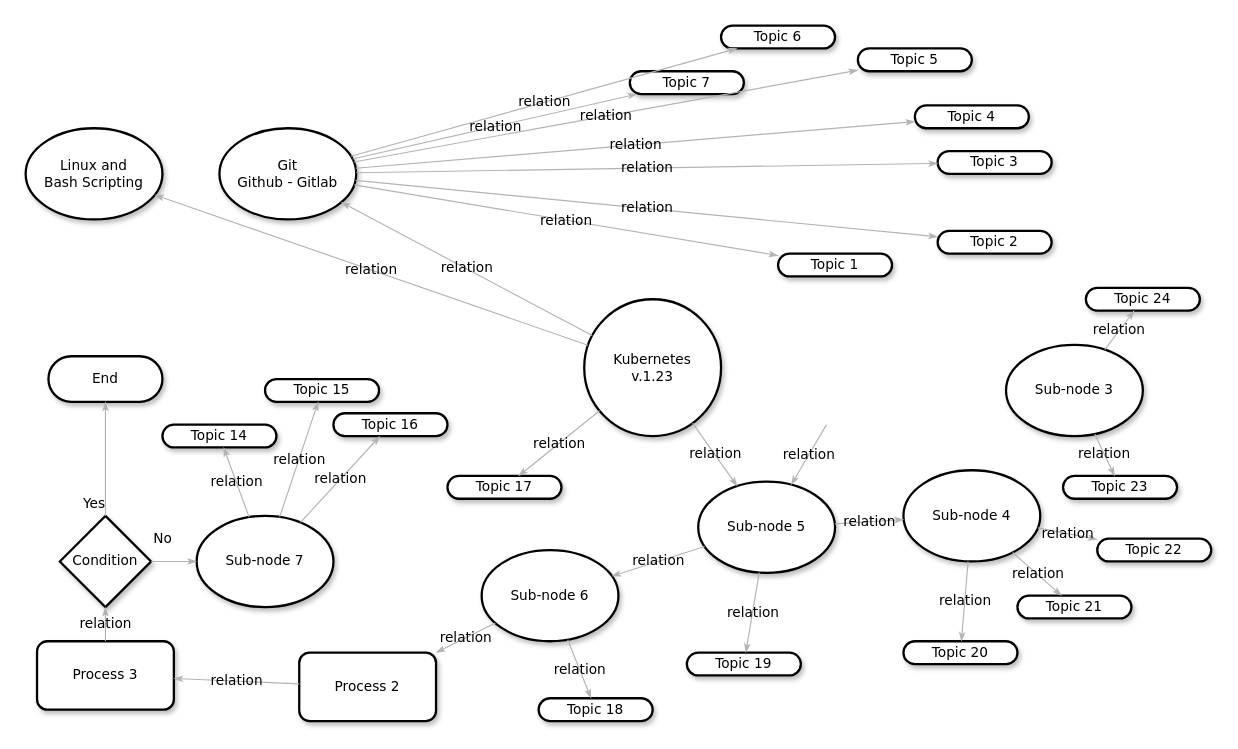
Above: wk01-DevOps-concept/DevOps-bootcamp.drawio in mduenas58/DevOpsTraining (draw.io), before the change. Source tidied: cells renumbered, new cells numbered last; positions are measured from the earlier drawing's top-left corner, leaving out a move shared by most shapes. Both pictures are drawn from the tidied source at 114%, with x=0, y=0 at pixel (25, 25).
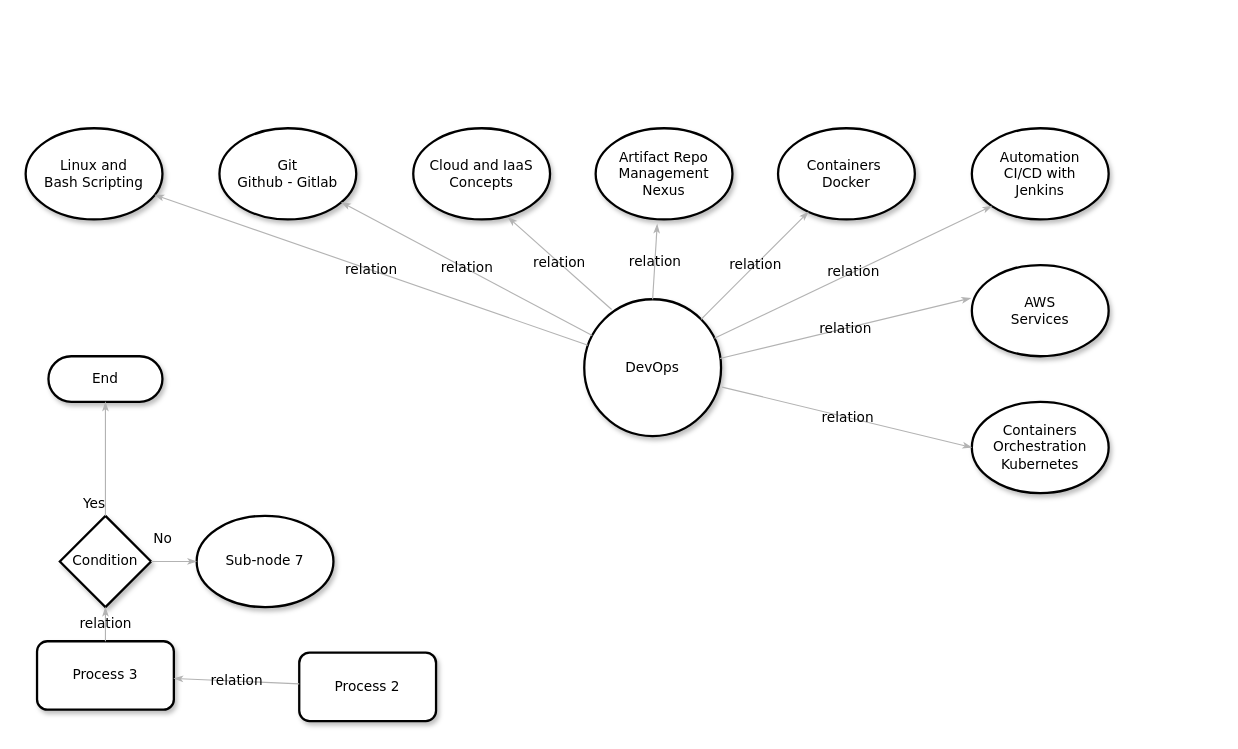
The same page after the edit.

Unchanged cells that the change refers to:
```xml
<mxCell id="3" value="&lt;span&gt;Git&lt;br&gt;Github - Gitlab&lt;br&gt;&lt;/span&gt;" style="ellipse;whiteSpace=wrap;html=1;rounded=1;shadow=1;comic=0;labelBackgroundColor=none;strokeWidth=2;fontFamily=Verdana;fontSize=12;align=center;" parent="1" vertex="1">
  <mxGeometry x="170" y="90" width="120" height="80" as="geometry" />
</mxCell>
<mxCell id="21" value="Process 2" style="rounded=1;whiteSpace=wrap;html=1;shadow=1;comic=0;labelBackgroundColor=none;strokeWidth=2;fontFamily=Verdana;fontSize=12;align=center;" parent="1" vertex="1">
  <mxGeometry x="240" y="550" width="120" height="60" as="geometry" />
</mxCell>
<mxCell id="50" value="&lt;span&gt;Sub-node 7&lt;/span&gt;" style="ellipse;whiteSpace=wrap;html=1;rounded=1;shadow=1;comic=0;labelBackgroundColor=none;strokeWidth=2;fontFamily=Verdana;fontSize=12;align=center;" parent="1" vertex="1">
  <mxGeometry x="150" y="430" width="120" height="80" as="geometry" />
</mxCell>
```

What changed in the source:
```diff
@@
-    <mxCell id="4" value="Kubernetes&lt;br&gt;v.1.23" style="ellipse;whiteSpace=wrap;html=1;rounded=1;shadow=1;comic=0;labelBackgroundColor=none;strokeWidth=2;fontFamily=Verdana;fontSize=12;align=center;" parent="1" vertex="1">
+    <mxCell id="4" value="DevOps" style="ellipse;whiteSpace=wrap;html=1;rounded=1;shadow=1;comic=0;labelBackgroundColor=none;strokeWidth=2;fontFamily=Verdana;fontSize=12;align=center;" parent="1" vertex="1">
       <mxGeometry x="490" y="240" width="120" height="120" as="geometry" />
     </mxCell>
-    <mxCell id="5" value="&lt;span&gt;Sub-node 5&lt;/span&gt;" style="ellipse;whiteSpace=wrap;html=1;rounded=1;shadow=1;comic=0;labelBackgroundColor=none;strokeWidth=2;fontFamily=Verdana;fontSize=12;align=center;" parent="1" vertex="1">
-      <mxGeometry x="590" y="400" width="120" height="80" as="geometry" />
+    <mxCell id="5" value="&lt;span&gt;Containers&amp;nbsp;&lt;br&gt;Docker&lt;br&gt;&lt;/span&gt;" style="ellipse;whiteSpace=wrap;html=1;rounded=1;shadow=1;comic=0;labelBackgroundColor=none;strokeWidth=2;fontFamily=Verdana;fontSize=12;align=center;" parent="1" vertex="1">
+      <mxGeometry x="660" y="90" width="120" height="80" as="geometry" />
     </mxCell>
-    <mxCell id="6" value="&lt;span&gt;Sub-node 4&lt;/span&gt;" style="ellipse;whiteSpace=wrap;html=1;rounded=1;shadow=1;comic=0;labelBackgroundColor=none;strokeWidth=2;fontFamily=Verdana;fontSize=12;align=center;" parent="1" vertex="1">
-      <mxGeometry x="770" y="390" width="120" height="80" as="geometry" />
+    <mxCell id="6" value="&lt;span&gt;Artifact Repo&lt;br&gt;Management&lt;br&gt;Nexus&lt;br&gt;&lt;/span&gt;" style="ellipse;whiteSpace=wrap;html=1;rounded=1;shadow=1;comic=0;labelBackgroundColor=none;strokeWidth=2;fontFamily=Verdana;fontSize=12;align=center;" parent="1" vertex="1">
+      <mxGeometry x="500" y="90" width="120" height="80" as="geometry" />
     </mxCell>
-    <mxCell id="7" value="&lt;span&gt;Sub-node 6&lt;/span&gt;" style="ellipse;whiteSpace=wrap;html=1;rounded=1;shadow=1;comic=0;labelBackgroundColor=none;strokeWidth=2;fontFamily=Verdana;fontSize=12;align=center;" parent="1" vertex="1">
-      <mxGeometry x="400" y="460" width="120" height="80" as="geometry" />
+    <mxCell id="7" value="&lt;span&gt;Automation&lt;br&gt;CI/CD with&lt;br&gt;Jenkins&lt;br&gt;&lt;/span&gt;" style="ellipse;whiteSpace=wrap;html=1;rounded=1;shadow=1;comic=0;labelBackgroundColor=none;strokeWidth=2;fontFamily=Verdana;fontSize=12;align=center;" parent="1" vertex="1">
+      <mxGeometry x="830" y="90" width="120" height="80" as="geometry" />
     </mxCell>
-    <mxCell id="8" value="&lt;span&gt;Topic 7&lt;/span&gt;" style="whiteSpace=wrap;html=1;rounded=1;shadow=1;comic=0;labelBackgroundColor=none;strokeWidth=2;fontFamily=Verdana;fontSize=12;align=center;arcSize=50;" parent="1" vertex="1">
-      <mxGeometry x="530" y="40" width="100" height="20" as="geometry" />
-    </mxCell>
-    <mxCell id="9" value="&lt;span&gt;Topic 21&lt;/span&gt;" style="whiteSpace=wrap;html=1;rounded=1;shadow=1;comic=0;labelBackgroundColor=none;strokeWidth=2;fontFamily=Verdana;fontSize=12;align=center;arcSize=50;" parent="1" vertex="1">
-      <mxGeometry x="870" y="500" width="100" height="20" as="geometry" />
-    </mxCell>
-    <mxCell id="10" value="&lt;span&gt;Topic 22&lt;/span&gt;" style="whiteSpace=wrap;html=1;rounded=1;shadow=1;comic=0;labelBackgroundColor=none;strokeWidth=2;fontFamily=Verdana;fontSize=12;align=center;arcSize=50;" parent="1" vertex="1">
-      <mxGeometry x="940" y="450" width="100" height="20" as="geometry" />
-    </mxCell>
-    <mxCell id="11" value="&lt;span&gt;Topic 6&lt;/span&gt;" style="whiteSpace=wrap;html=1;rounded=1;shadow=1;comic=0;labelBackgroundColor=none;strokeWidth=2;fontFamily=Verdana;fontSize=12;align=center;arcSize=50;" parent="1" vertex="1">
-      <mxGeometry x="610" width="100" height="20" as="geometry" />
-    </mxCell>
-    <mxCell id="12" value="&lt;span&gt;Topic 5&lt;/span&gt;" style="whiteSpace=wrap;html=1;rounded=1;shadow=1;comic=0;labelBackgroundColor=none;strokeWidth=2;fontFamily=Verdana;fontSize=12;align=center;arcSize=50;" parent="1" vertex="1">
-      <mxGeometry x="730" y="20" width="100" height="20" as="geometry" />
-    </mxCell>
-    <mxCell id="13" value="&lt;span&gt;Topic 4&lt;/span&gt;" style="whiteSpace=wrap;html=1;rounded=1;shadow=1;comic=0;labelBackgroundColor=none;strokeWidth=2;fontFamily=Verdana;fontSize=12;align=center;arcSize=50;" parent="1" vertex="1">
-      <mxGeometry x="780" y="70" width="100" height="20" as="geometry" />
-    </mxCell>
-    <mxCell id="14" value="&lt;span&gt;Topic 3&lt;/span&gt;" style="whiteSpace=wrap;html=1;rounded=1;shadow=1;comic=0;labelBackgroundColor=none;strokeWidth=2;fontFamily=Verdana;fontSize=12;align=center;arcSize=50;" parent="1" vertex="1">
-      <mxGeometry x="800" y="110" width="100" height="20" as="geometry" />
-    </mxCell>
-    <mxCell id="15" value="&lt;span&gt;Topic 2&lt;/span&gt;" style="whiteSpace=wrap;html=1;rounded=1;shadow=1;comic=0;labelBackgroundColor=none;strokeWidth=2;fontFamily=Verdana;fontSize=12;align=center;arcSize=50;" parent="1" vertex="1">
-      <mxGeometry x="800" y="180" width="100" height="20" as="geometry" />
-    </mxCell>
-    <mxCell id="16" value="Topic 1" style="whiteSpace=wrap;html=1;rounded=1;shadow=1;comic=0;labelBackgroundColor=none;strokeWidth=2;fontFamily=Verdana;fontSize=12;align=center;arcSize=50;" parent="1" vertex="1">
-      <mxGeometry x="660" y="200" width="100" height="20" as="geometry" />
-    </mxCell>
-    <mxCell id="17" value="&lt;span&gt;Topic 20&lt;/span&gt;" style="whiteSpace=wrap;html=1;rounded=1;shadow=1;comic=0;labelBackgroundColor=none;strokeWidth=2;fontFamily=Verdana;fontSize=12;align=center;arcSize=50;" parent="1" vertex="1">
-      <mxGeometry x="770" y="540" width="100" height="20" as="geometry" />
-    </mxCell>
@@
-    <mxCell id="25" value="relation" style="edgeStyle=none;rounded=1;html=1;labelBackgroundColor=none;startArrow=none;startFill=0;startSize=5;endArrow=classicThin;endFill=1;endSize=5;jettySize=auto;strokeColor=#B3B3B3;strokeWidth=1;fontFamily=Verdana;fontSize=12;" parent="1" edge="1" source="5" target="7">
-      <mxGeometry relative="1" as="geometry" />
-    </mxCell>
-    <mxCell id="26" value="relation" style="edgeStyle=none;rounded=1;html=1;labelBackgroundColor=none;startArrow=none;startFill=0;startSize=5;endArrow=classicThin;endFill=1;endSize=5;jettySize=auto;strokeColor=#B3B3B3;strokeWidth=1;fontFamily=Verdana;fontSize=12;" parent="1" edge="1" source="5" target="6">
-      <mxGeometry relative="1" as="geometry" />
-    </mxCell>
-    <mxCell id="27" value="relation" style="edgeStyle=none;rounded=1;html=1;labelBackgroundColor=none;startArrow=none;startFill=0;startSize=5;endArrow=classicThin;endFill=1;endSize=5;jettySize=auto;strokeColor=#B3B3B3;strokeWidth=1;fontFamily=Verdana;fontSize=12;" parent="1" edge="1" source="6" target="10">
-      <mxGeometry relative="1" as="geometry" />
-    </mxCell>
-    <mxCell id="28" value="relation" style="edgeStyle=none;rounded=1;html=1;labelBackgroundColor=none;startArrow=none;startFill=0;startSize=5;endArrow=classicThin;endFill=1;endSize=5;jettySize=auto;strokeColor=#B3B3B3;strokeWidth=1;fontFamily=Verdana;fontSize=12;" parent="1" edge="1" source="6" target="9">
-      <mxGeometry relative="1" as="geometry" />
-    </mxCell>
-    <mxCell id="29" value="relation" style="edgeStyle=none;rounded=1;html=1;labelBackgroundColor=none;startArrow=none;startFill=0;startSize=5;endArrow=classicThin;endFill=1;endSize=5;jettySize=auto;strokeColor=#B3B3B3;strokeWidth=1;fontFamily=Verdana;fontSize=12;" parent="1" edge="1" source="6" target="17">
-      <mxGeometry relative="1" as="geometry" />
-    </mxCell>
-    <mxCell id="30" value="relation" style="edgeStyle=none;rounded=1;html=1;labelBackgroundColor=none;startArrow=none;startFill=0;startSize=5;endArrow=classicThin;endFill=1;endSize=5;jettySize=auto;strokeColor=#B3B3B3;strokeWidth=1;fontFamily=Verdana;fontSize=12;" parent="1" edge="1" source="3" target="16">
-      <mxGeometry relative="1" as="geometry" />
-    </mxCell>
-    <mxCell id="31" value="relation" style="edgeStyle=none;rounded=1;html=1;labelBackgroundColor=none;startArrow=none;startFill=0;startSize=5;endArrow=classicThin;endFill=1;endSize=5;jettySize=auto;strokeColor=#B3B3B3;strokeWidth=1;fontFamily=Verdana;fontSize=12;" parent="1" edge="1" source="3" target="15">
-      <mxGeometry relative="1" as="geometry" />
-    </mxCell>
-    <mxCell id="32" value="relation" style="edgeStyle=none;rounded=1;html=1;labelBackgroundColor=none;startArrow=none;startFill=0;startSize=5;endArrow=classicThin;endFill=1;endSize=5;jettySize=auto;strokeColor=#B3B3B3;strokeWidth=1;fontFamily=Verdana;fontSize=12;" parent="1" edge="1" source="3" target="14">
-      <mxGeometry relative="1" as="geometry" />
-    </mxCell>
-    <mxCell id="33" value="relation" style="edgeStyle=none;rounded=1;html=1;labelBackgroundColor=none;startArrow=none;startFill=0;startSize=5;endArrow=classicThin;endFill=1;endSize=5;jettySize=auto;strokeColor=#B3B3B3;strokeWidth=1;fontFamily=Verdana;fontSize=12;" parent="1" edge="1" source="3" target="13">
-      <mxGeometry relative="1" as="geometry" />
-    </mxCell>
-    <mxCell id="34" value="relation" style="edgeStyle=none;rounded=1;html=1;labelBackgroundColor=none;startArrow=none;startFill=0;startSize=5;endArrow=classicThin;endFill=1;endSize=5;jettySize=auto;strokeColor=#B3B3B3;strokeWidth=1;fontFamily=Verdana;fontSize=12;" parent="1" edge="1" source="3" target="12">
-      <mxGeometry relative="1" as="geometry" />
-    </mxCell>
-    <mxCell id="35" value="relation" style="edgeStyle=none;rounded=1;html=1;labelBackgroundColor=none;startArrow=none;startFill=0;startSize=5;endArrow=classicThin;endFill=1;endSize=5;jettySize=auto;strokeColor=#B3B3B3;strokeWidth=1;fontFamily=Verdana;fontSize=12;" parent="1" edge="1" source="3" target="11">
-      <mxGeometry relative="1" as="geometry" />
-    </mxCell>
-    <mxCell id="36" value="relation" style="edgeStyle=none;rounded=1;html=1;labelBackgroundColor=none;startArrow=none;startFill=0;startSize=5;endArrow=classicThin;endFill=1;endSize=5;jettySize=auto;strokeColor=#B3B3B3;strokeWidth=1;fontFamily=Verdana;fontSize=12;" parent="1" edge="1" source="3" target="8">
-      <mxGeometry relative="1" as="geometry" />
-    </mxCell>
-    <mxCell id="37" value="relation" style="edgeStyle=none;rounded=1;html=1;labelBackgroundColor=none;startArrow=none;startFill=0;startSize=5;endArrow=classicThin;endFill=1;endSize=5;jettySize=auto;strokeColor=#B3B3B3;strokeWidth=1;fontFamily=Verdana;fontSize=12;" parent="1" edge="1" source="7" target="21">
-      <mxGeometry relative="1" as="geometry" />
-    </mxCell>
@@
-    <mxCell id="41" value="&lt;span&gt;Sub-node 3&lt;/span&gt;" style="ellipse;whiteSpace=wrap;html=1;rounded=1;shadow=1;comic=0;labelBackgroundColor=none;strokeWidth=2;fontFamily=Verdana;fontSize=12;align=center;" parent="1" vertex="1">
-      <mxGeometry x="860" y="280" width="120" height="80" as="geometry" />
+    <mxCell id="41" value="&lt;span&gt;Cloud and IaaS&lt;br&gt;Concepts&lt;br&gt;&lt;/span&gt;" style="ellipse;whiteSpace=wrap;html=1;rounded=1;shadow=1;comic=0;labelBackgroundColor=none;strokeWidth=2;fontFamily=Verdana;fontSize=12;align=center;" parent="1" vertex="1">
+      <mxGeometry x="340" y="90" width="120" height="80" as="geometry" />
     </mxCell>
-    <mxCell id="42" value="&lt;span&gt;Topic 24&lt;/span&gt;" style="whiteSpace=wrap;html=1;rounded=1;shadow=1;comic=0;labelBackgroundColor=none;strokeWidth=2;fontFamily=Verdana;fontSize=12;align=center;arcSize=50;" parent="1" vertex="1">
-      <mxGeometry x="930" y="230" width="100" height="20" as="geometry" />
-    </mxCell>
-    <mxCell id="43" value="&lt;span&gt;Topic 23&lt;/span&gt;" style="whiteSpace=wrap;html=1;rounded=1;shadow=1;comic=0;labelBackgroundColor=none;strokeWidth=2;fontFamily=Verdana;fontSize=12;align=center;arcSize=50;" parent="1" vertex="1">
-      <mxGeometry x="910" y="395" width="100" height="20" as="geometry" />
-    </mxCell>
-    <mxCell id="44" value="&lt;span&gt;Topic 19&lt;/span&gt;" style="whiteSpace=wrap;html=1;rounded=1;shadow=1;comic=0;labelBackgroundColor=none;strokeWidth=2;fontFamily=Verdana;fontSize=12;align=center;arcSize=50;" parent="1" vertex="1">
-      <mxGeometry x="580" y="550" width="100" height="20" as="geometry" />
-    </mxCell>
-    <mxCell id="45" value="&lt;span&gt;Topic 18&lt;/span&gt;" style="whiteSpace=wrap;html=1;rounded=1;shadow=1;comic=0;labelBackgroundColor=none;strokeWidth=2;fontFamily=Verdana;fontSize=12;align=center;arcSize=50;" parent="1" vertex="1">
-      <mxGeometry x="450" y="590" width="100" height="20" as="geometry" />
-    </mxCell>
-    <mxCell id="46" value="&lt;span&gt;Topic 17&lt;/span&gt;" style="whiteSpace=wrap;html=1;rounded=1;shadow=1;comic=0;labelBackgroundColor=none;strokeWidth=2;fontFamily=Verdana;fontSize=12;align=center;arcSize=50;" parent="1" vertex="1">
-      <mxGeometry x="370" y="395" width="100" height="20" as="geometry" />
-    </mxCell>
-    <mxCell id="47" value="relation" style="edgeStyle=none;rounded=1;html=1;labelBackgroundColor=none;startArrow=none;startFill=0;startSize=5;endArrow=classicThin;endFill=1;endSize=5;jettySize=auto;strokeColor=#B3B3B3;strokeWidth=1;fontFamily=Verdana;fontSize=12;" parent="1" edge="1" source="41" target="42">
-      <mxGeometry relative="1" as="geometry" />
-    </mxCell>
-    <mxCell id="48" value="relation" style="edgeStyle=none;rounded=1;html=1;labelBackgroundColor=none;startArrow=none;startFill=0;startSize=5;endArrow=classicThin;endFill=1;endSize=5;jettySize=auto;strokeColor=#B3B3B3;strokeWidth=1;fontFamily=Verdana;fontSize=12;" parent="1" edge="1" source="41" target="43">
-      <mxGeometry relative="1" as="geometry" />
-    </mxCell>
-    <mxCell id="49" value="relation" style="edgeStyle=none;rounded=1;html=1;labelBackgroundColor=none;startArrow=none;startFill=0;startSize=5;endArrow=classicThin;endFill=1;endSize=5;jettySize=auto;strokeColor=#B3B3B3;strokeWidth=1;fontFamily=Verdana;fontSize=12;" parent="1" edge="1" target="5">
-      <mxGeometry relative="1" as="geometry">
-        <mxPoint x="702.5" y="350" as="sourcePoint" />
-      </mxGeometry>
-    </mxCell>
@@
-    <mxCell id="51" value="&lt;span&gt;Topic 16&lt;/span&gt;" style="whiteSpace=wrap;html=1;rounded=1;shadow=1;comic=0;labelBackgroundColor=none;strokeWidth=2;fontFamily=Verdana;fontSize=12;align=center;arcSize=50;" parent="1" vertex="1">
-      <mxGeometry x="270" y="340" width="100" height="20" as="geometry" />
-    </mxCell>
-    <mxCell id="52" value="&lt;span&gt;Topic 15&lt;/span&gt;" style="whiteSpace=wrap;html=1;rounded=1;shadow=1;comic=0;labelBackgroundColor=none;strokeWidth=2;fontFamily=Verdana;fontSize=12;align=center;arcSize=50;" parent="1" vertex="1">
-      <mxGeometry x="210" y="310" width="100" height="20" as="geometry" />
-    </mxCell>
-    <mxCell id="53" value="&lt;span&gt;Topic 14&lt;/span&gt;" style="whiteSpace=wrap;html=1;rounded=1;shadow=1;comic=0;labelBackgroundColor=none;strokeWidth=2;fontFamily=Verdana;fontSize=12;align=center;arcSize=50;" parent="1" vertex="1">
-      <mxGeometry x="120" y="350" width="100" height="20" as="geometry" />
-    </mxCell>
-    <mxCell id="54" value="relation" style="edgeStyle=none;rounded=1;html=1;labelBackgroundColor=none;startArrow=none;startFill=0;startSize=5;endArrow=classicThin;endFill=1;endSize=5;jettySize=auto;strokeColor=#B3B3B3;strokeWidth=1;fontFamily=Verdana;fontSize=12;" parent="1" edge="1" source="50" target="53">
-      <mxGeometry relative="1" as="geometry" />
-    </mxCell>
-    <mxCell id="55" value="relation" style="edgeStyle=none;rounded=1;html=1;labelBackgroundColor=none;startArrow=none;startFill=0;startSize=5;endArrow=classicThin;endFill=1;endSize=5;jettySize=auto;strokeColor=#B3B3B3;strokeWidth=1;fontFamily=Verdana;fontSize=12;" parent="1" edge="1" source="50" target="52">
-      <mxGeometry relative="1" as="geometry" />
-    </mxCell>
-    <mxCell id="56" value="relation" style="edgeStyle=none;rounded=1;html=1;labelBackgroundColor=none;startArrow=none;startFill=0;startSize=5;endArrow=classicThin;endFill=1;endSize=5;jettySize=auto;strokeColor=#B3B3B3;strokeWidth=1;fontFamily=Verdana;fontSize=12;" parent="1" edge="1" source="50" target="51">
-      <mxGeometry relative="1" as="geometry" />
-    </mxCell>
@@
-    <mxCell id="58" value="relation" style="edgeStyle=none;rounded=1;html=1;labelBackgroundColor=none;startArrow=none;startFill=0;startSize=5;endArrow=classicThin;endFill=1;endSize=5;jettySize=auto;strokeColor=#B3B3B3;strokeWidth=1;fontFamily=Verdana;fontSize=12;" parent="1" edge="1" source="4" target="46">
-      <mxGeometry relative="1" as="geometry" />
-    </mxCell>
-    <mxCell id="59" value="relation" style="edgeStyle=none;rounded=1;html=1;labelBackgroundColor=none;startArrow=none;startFill=0;startSize=5;endArrow=classicThin;endFill=1;endSize=5;jettySize=auto;strokeColor=#B3B3B3;strokeWidth=1;fontFamily=Verdana;fontSize=12;" parent="1" edge="1" source="5" target="44">
-      <mxGeometry relative="1" as="geometry" />
-    </mxCell>
-    <mxCell id="60" value="relation" style="edgeStyle=none;rounded=1;html=1;labelBackgroundColor=none;startArrow=none;startFill=0;startSize=5;endArrow=classicThin;endFill=1;endSize=5;jettySize=auto;strokeColor=#B3B3B3;strokeWidth=1;fontFamily=Verdana;fontSize=12;" parent="1" edge="1" source="7" target="45">
-      <mxGeometry relative="1" as="geometry" />
-    </mxCell>
+    <mxCell id="61" value="relation" style="edgeStyle=none;rounded=1;html=1;labelBackgroundColor=none;startArrow=none;startFill=0;startSize=5;endArrow=classicThin;endFill=1;endSize=5;jettySize=auto;strokeColor=#B3B3B3;strokeWidth=1;fontFamily=Verdana;fontSize=12;exitX=0.5;exitY=0;exitDx=0;exitDy=0;entryX=0.45;entryY=1.05;entryDx=0;entryDy=0;entryPerimeter=0;" parent="1" edge="1" source="4" target="6">
+      <mxGeometry relative="1" as="geometry" />
+    </mxCell>
+    <mxCell id="62" value="relation" style="edgeStyle=none;rounded=1;html=1;labelBackgroundColor=none;startArrow=none;startFill=0;startSize=5;endArrow=classicThin;endFill=1;endSize=5;jettySize=auto;strokeColor=#B3B3B3;strokeWidth=1;fontFamily=Verdana;fontSize=12;exitX=0.2;exitY=0.075;exitDx=0;exitDy=0;exitPerimeter=0;entryX=0.692;entryY=0.975;entryDx=0;entryDy=0;entryPerimeter=0;" parent="1" edge="1" source="4" target="41">
+      <mxGeometry relative="1" as="geometry" />
+    </mxCell>
+    <mxCell id="63" value="relation" style="edgeStyle=none;rounded=1;html=1;labelBackgroundColor=none;startArrow=none;startFill=0;startSize=5;endArrow=classicThin;endFill=1;endSize=5;jettySize=auto;strokeColor=#B3B3B3;strokeWidth=1;fontFamily=Verdana;fontSize=12;entryX=0;entryY=1;entryDx=0;entryDy=0;" parent="1" edge="1" source="4" target="7">
+      <mxGeometry relative="1" as="geometry" />
+    </mxCell>
+    <mxCell id="64" value="&lt;span&gt;Containers&lt;br&gt;Orchestration&lt;br&gt;Kubernetes&lt;br&gt;&lt;/span&gt;" style="ellipse;whiteSpace=wrap;html=1;rounded=1;shadow=1;comic=0;labelBackgroundColor=none;strokeWidth=2;fontFamily=Verdana;fontSize=12;align=center;" parent="1" vertex="1">
+      <mxGeometry x="830" y="330" width="120" height="80" as="geometry" />
+    </mxCell>
+    <mxCell id="65" value="relation" style="edgeStyle=none;rounded=1;html=1;labelBackgroundColor=none;startArrow=none;startFill=0;startSize=5;endArrow=classicThin;endFill=1;endSize=5;jettySize=auto;strokeColor=#B3B3B3;strokeWidth=1;fontFamily=Verdana;fontSize=12;entryX=0;entryY=0.5;entryDx=0;entryDy=0;exitX=1.008;exitY=0.642;exitDx=0;exitDy=0;exitPerimeter=0;" parent="1" edge="1" source="4" target="64">
+      <mxGeometry relative="1" as="geometry" />
+    </mxCell>
+    <mxCell id="66" value="&lt;span&gt;AWS&lt;br&gt;Services&lt;br&gt;&lt;/span&gt;" style="ellipse;whiteSpace=wrap;html=1;rounded=1;shadow=1;comic=0;labelBackgroundColor=none;strokeWidth=2;fontFamily=Verdana;fontSize=12;align=center;" parent="1" vertex="1">
+      <mxGeometry x="830" y="210" width="120" height="80" as="geometry" />
+    </mxCell>
+    <mxCell id="67" value="relation" style="edgeStyle=none;rounded=1;html=1;labelBackgroundColor=none;startArrow=none;startFill=0;startSize=5;endArrow=classicThin;endFill=1;endSize=5;jettySize=auto;strokeColor=#B3B3B3;strokeWidth=1;fontFamily=Verdana;fontSize=12;entryX=-0.008;entryY=0.363;entryDx=0;entryDy=0;exitX=0.992;exitY=0.433;exitDx=0;exitDy=0;exitPerimeter=0;entryPerimeter=0;" parent="1" edge="1" source="4" target="66">
+      <mxGeometry relative="1" as="geometry" />
+    </mxCell>
```
